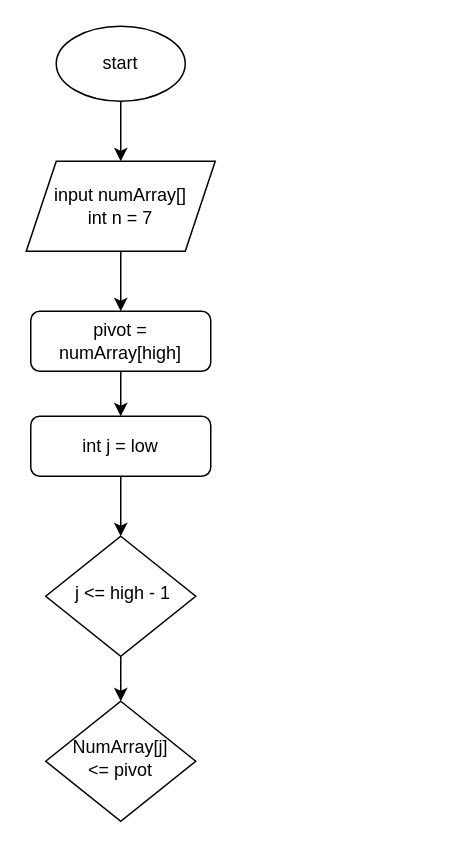
vstartech11/Strukdat keeps this draw.io diagram as QuickSort/Untitled Diagram.drawio. Above is the earlier version. Source tidied: cells renumbered, new cells numbered last; positions are measured from the earlier drawing's top-left corner, leaving out a move shared by most shapes. Both pictures are drawn from the tidied source at 150%, with x=0, y=0 at pixel (26, 26).
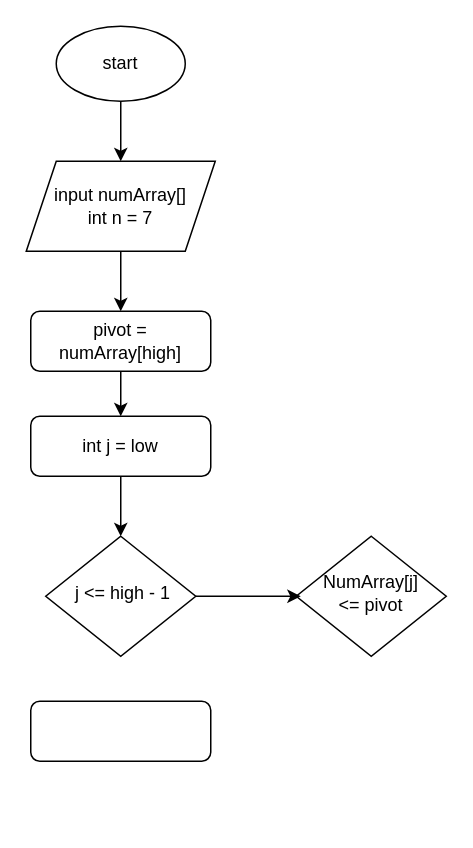
After the change.

Diff of the diagram source:
```diff
@@
 <mxGraphModel>
   <root>
     <mxCell id="0" />
     <mxCell id="1" parent="0" />
     <mxCell id="2" style="edgeStyle=orthogonalEdgeStyle;rounded=0;jettySize=auto;html=1;" parent="1" edge="1" source="3">
       <mxGeometry relative="1" as="geometry">
         <mxPoint x="63" y="90" as="targetPoint" />
       </mxGeometry>
     </mxCell>
     <mxCell id="3" value="start" style="ellipse;whiteSpace=wrap;html=1;" parent="1" vertex="1">
       <mxGeometry x="20" width="86" height="50" as="geometry" />
     </mxCell>
     <mxCell id="4" style="edgeStyle=orthogonalEdgeStyle;rounded=0;jettySize=auto;html=1;" parent="1" edge="1" source="5" target="10">
       <mxGeometry relative="1" as="geometry" />
     </mxCell>
     <mxCell id="5" value="input numArray[]&lt;br&gt;int n = 7" style="shape=parallelogram;perimeter=parallelogramPerimeter;whiteSpace=wrap;html=1;fixedSize=1;" parent="1" vertex="1">
       <mxGeometry y="90" width="126" height="60" as="geometry" />
     </mxCell>
     <mxCell id="6" value="NumArray[j] &lt;br&gt;&amp;lt;= pivot" style="rhombus;whiteSpace=wrap;html=1;shadow=0;fontFamily=Helvetica;fontSize=12;align=center;strokeWidth=1;spacing=6;spacingTop=-4;" parent="1" vertex="1">
-      <mxGeometry x="13" y="450" width="100" height="80" as="geometry" />
+      <mxGeometry x="180" y="340" width="100" height="80" as="geometry" />
     </mxCell>
-    <mxCell id="7" style="edgeStyle=orthogonalEdgeStyle;rounded=0;jettySize=auto;html=1;" parent="1" edge="1" source="8" target="6">
-      <mxGeometry relative="1" as="geometry" />
-    </mxCell>
+    <mxCell id="13" style="edgeStyle=orthogonalEdgeStyle;rounded=0;jettySize=auto;html=1;" parent="1" edge="1" source="8">
+      <mxGeometry relative="1" as="geometry">
+        <mxPoint x="183" y="380" as="targetPoint" />
+      </mxGeometry>
+    </mxCell>
     <mxCell id="8" value="&amp;nbsp;j &amp;lt;= high - 1" style="rhombus;whiteSpace=wrap;html=1;shadow=0;fontFamily=Helvetica;fontSize=12;align=center;strokeWidth=1;spacing=6;spacingTop=-4;" parent="1" vertex="1">
       <mxGeometry x="13" y="340" width="100" height="80" as="geometry" />
     </mxCell>
     <mxCell id="9" style="edgeStyle=orthogonalEdgeStyle;rounded=0;jettySize=auto;html=1;" parent="1" edge="1" source="10" target="12">
       <mxGeometry relative="1" as="geometry" />
     </mxCell>
     <mxCell id="10" value="pivot = numArray[high]" style="rounded=1;whiteSpace=wrap;html=1;fontSize=12;glass=0;strokeWidth=1;shadow=0;" parent="1" vertex="1">
       <mxGeometry x="3" y="190" width="120" height="40" as="geometry" />
     </mxCell>
     <mxCell id="11" style="edgeStyle=orthogonalEdgeStyle;rounded=0;jettySize=auto;html=1;" parent="1" edge="1" source="12" target="8">
       <mxGeometry relative="1" as="geometry" />
     </mxCell>
     <mxCell id="12" value="int j = low" style="rounded=1;whiteSpace=wrap;html=1;fontSize=12;glass=0;strokeWidth=1;shadow=0;" parent="1" vertex="1">
       <mxGeometry x="3" y="260" width="120" height="40" as="geometry" />
     </mxCell>
+    <mxCell id="14" style="rounded=1;whiteSpace=wrap;html=1;fontSize=12;glass=0;strokeWidth=1;shadow=0;" parent="1" vertex="1">
+      <mxGeometry x="3" y="450" width="120" height="40" as="geometry" />
+    </mxCell>
   </root>
 </mxGraphModel>
```
